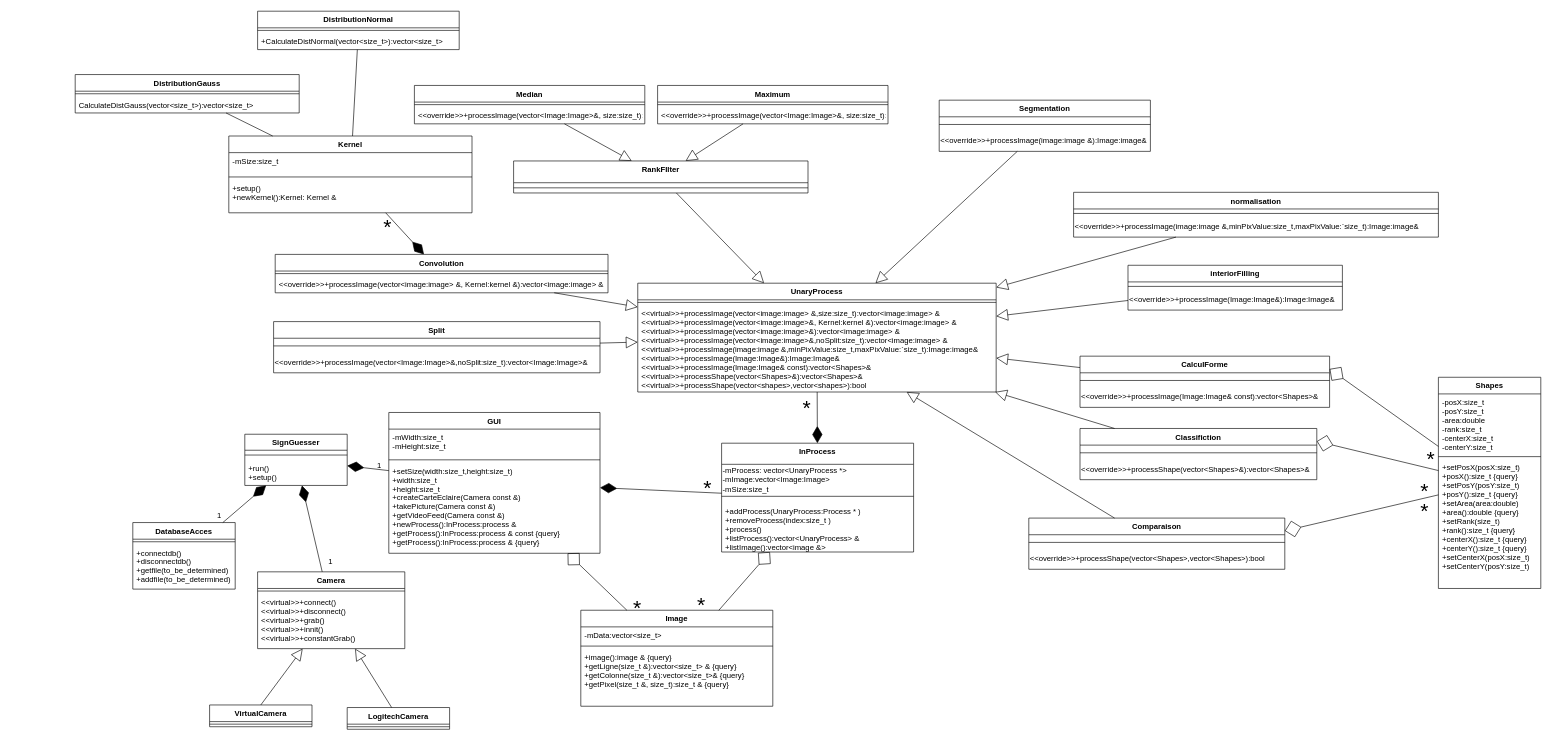
The draw.io diagram class_diagramm.drawio in VincentRochon/B65_Synth, before the edit. Source tidied: cells renumbered, new cells numbered last; positions are measured from the earlier drawing's top-left corner, leaving out a move shared by most shapes. Both pictures are drawn from the tidied source at 64%, with x=0, y=0 at pixel (75, 11).
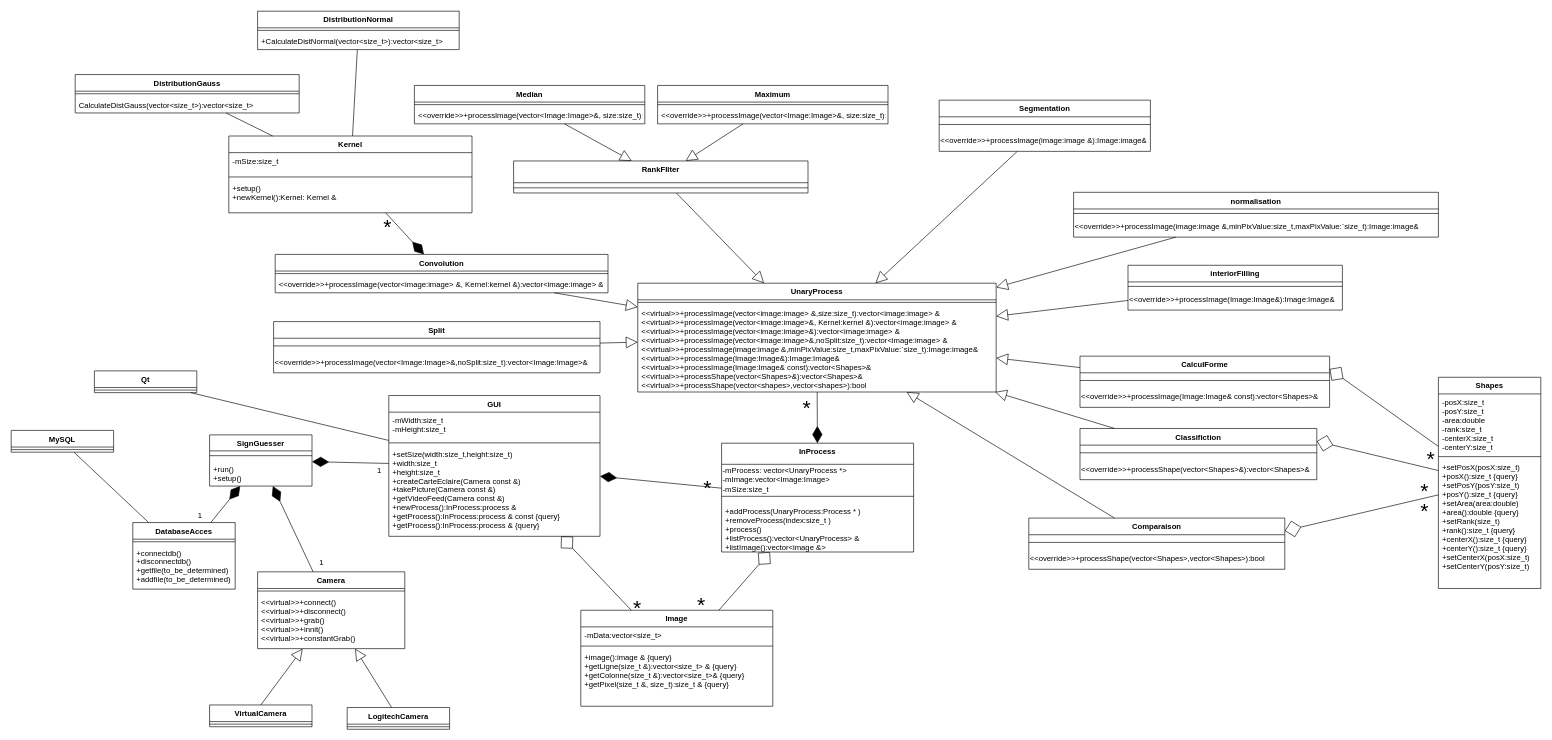
The same diagram, later.

The change refers to these unchanged cells:
```xml
<mxCell id="27" value="DatabaseAcces" style="swimlane;fontStyle=1;align=center;verticalAlign=top;horizontal=1;startSize=26;fontSize=12;" parent="1" vertex="1">
  <mxGeometry x="90" y="799" width="160" height="104" as="geometry" />
</mxCell>
```

What changed in the source:
```diff
@@
     <mxCell id="23" value="GUI" style="swimlane;fontStyle=1;align=center;verticalAlign=top;horizontal=1;startSize=26;fontSize=12;" parent="1" vertex="1">
-      <mxGeometry x="490" y="627" width="330" height="220" as="geometry" />
+      <mxGeometry x="490" y="600.5" width="330" height="220" as="geometry" />
     </mxCell>
@@
     <mxCell id="30" value="SignGuesser" style="swimlane;fontStyle=1;align=center;verticalAlign=top;horizontal=1;startSize=25;fontSize=12;" parent="1" vertex="1">
-      <mxGeometry x="265" y="661" width="160" height="80" as="geometry" />
+      <mxGeometry x="210" y="662" width="160" height="80" as="geometry" />
     </mxCell>
@@
     <mxCell id="33" value="1" style="text;html=1;align=left;verticalAlign=top;spacingTop=-4;fontSize=12;" parent="1" vertex="1">
-      <mxGeometry x="470" y="700.5" width="20" height="20" as="geometry" />
+      <mxGeometry x="470" y="708" width="20" height="20" as="geometry" />
     </mxCell>
     <mxCell id="34" value="1" style="text;html=1;align=left;verticalAlign=top;spacingTop=-4;fontSize=12;" parent="1" vertex="1">
-      <mxGeometry x="394" y="850" width="20" height="20" as="geometry" />
+      <mxGeometry x="380" y="852" width="20" height="20" as="geometry" />
     </mxCell>
@@
     <mxCell id="36" value="1" style="text;html=1;align=left;verticalAlign=top;spacingTop=-4;fontSize=12;" parent="1" vertex="1">
-      <mxGeometry x="220" y="778" width="20" height="20" as="geometry" />
+      <mxGeometry x="190" y="779" width="20" height="20" as="geometry" />
     </mxCell>
@@
+    <mxCell id="113" value="MySQL" style="swimlane;fontStyle=1;align=center;verticalAlign=top;horizontal=1;startSize=26;" parent="1" vertex="1">
+      <mxGeometry x="-100" y="655" width="160" height="34" as="geometry" />
+    </mxCell>
+    <mxCell id="114" style="line;strokeWidth=1;fillColor=none;align=left;verticalAlign=middle;spacingTop=-1;spacingLeft=3;spacingRight=3;labelPosition=right;" parent="113" vertex="1">
+      <mxGeometry y="26" width="160" height="8" as="geometry" />
+    </mxCell>
+    <mxCell id="115" style="endArrow=none;html=1;" parent="1" edge="1" source="27" target="113">
+      <mxGeometry relative="1" as="geometry" />
+    </mxCell>
+    <mxCell id="116" value="Qt" style="swimlane;fontStyle=1;align=center;verticalAlign=top;horizontal=1;startSize=26;" parent="1" vertex="1">
+      <mxGeometry x="30" y="562" width="160" height="34" as="geometry" />
+    </mxCell>
+    <mxCell id="117" style="line;strokeWidth=1;fillColor=none;align=left;verticalAlign=middle;spacingTop=-1;spacingLeft=3;spacingRight=3;labelPosition=right;" parent="116" vertex="1">
+      <mxGeometry y="26" width="160" height="8" as="geometry" />
+    </mxCell>
+    <mxCell id="118" style="endArrow=none;html=1;" parent="1" edge="1" source="23" target="116">
+      <mxGeometry relative="1" as="geometry" />
+    </mxCell>
```
